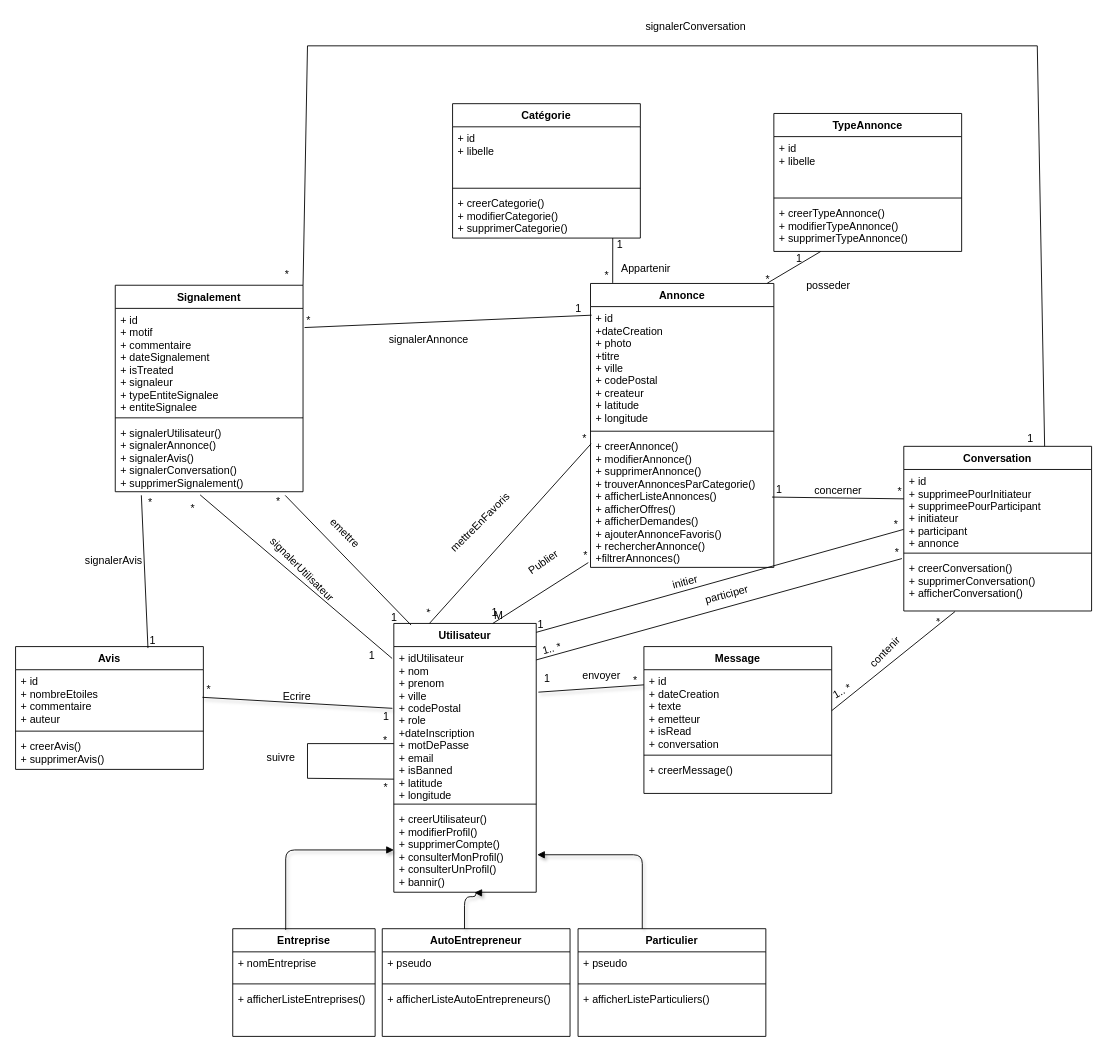
Above: class_diagram.dio in mayados/do4u (draw.io), before the change. Source tidied: cells renumbered, new cells numbered last; positions are measured from the earlier drawing's top-left corner, leaving out a move shared by most shapes. Both pictures are drawn from the tidied source at 89%, with x=0, y=0 at pixel (15, 15).
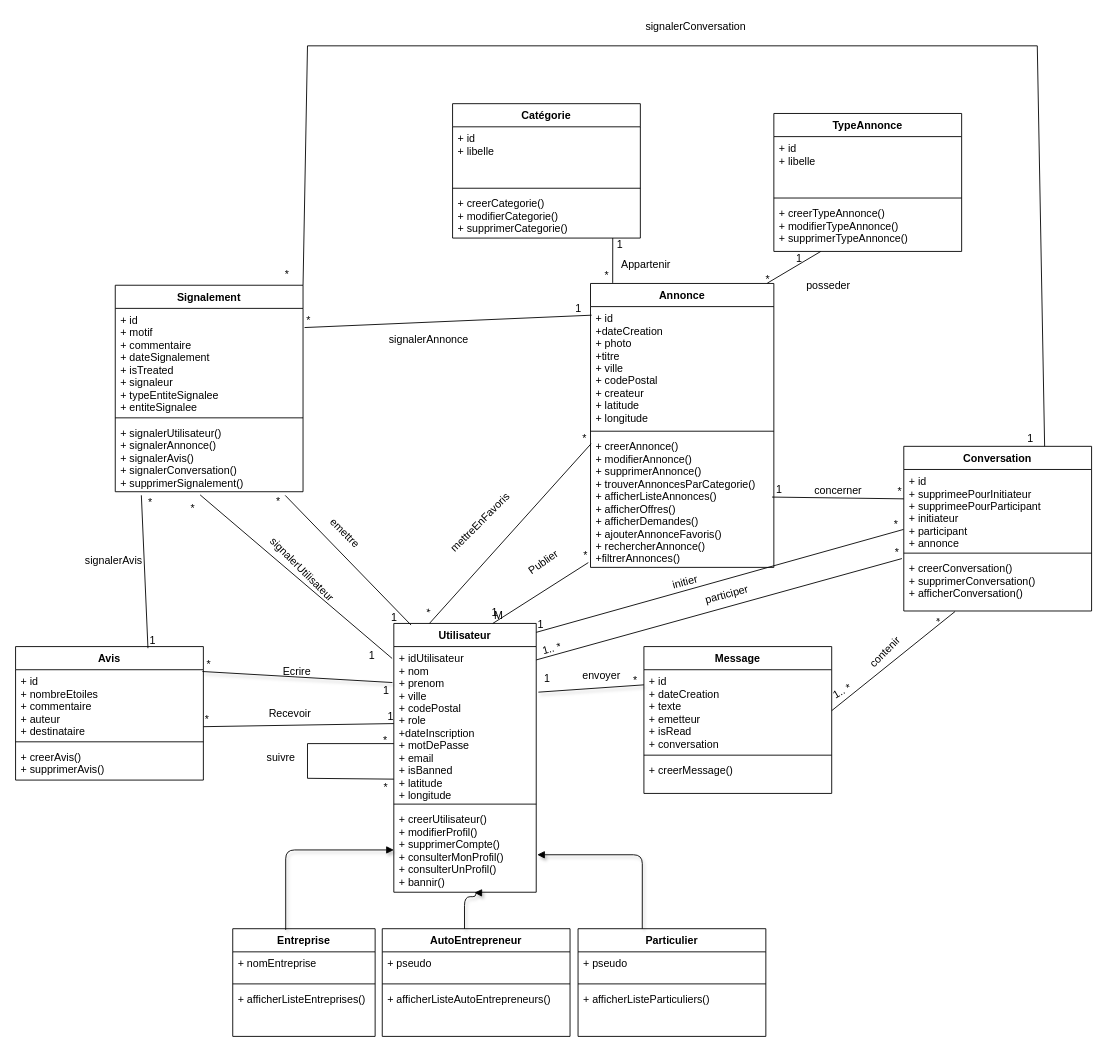
The same page after the edit.

Commit message:
update class diagramm with relation recevoir

Unchanged cells that the change refers to:
```xml
<mxCell id="3" value="+ idUtilisateur&#10;+ nom&#10;+ prenom&#10;+ ville&#10;+ codePostal&#10;+ role&#10;+dateInscription&#10;+ motDePasse&#10;+ email&#10;+ isBanned&#10;+ latitude&#10;+ longitude" style="text;strokeColor=none;fillColor=none;align=left;verticalAlign=top;spacingLeft=4;spacingRight=4;overflow=hidden;points=[[0,0.5],[1,0.5]];portConstraint=eastwest;fontColor=#000000;" parent="2" vertex="1">
  <mxGeometry y="26" width="160" height="173" as="geometry" />
</mxCell>
```

Change to the diagram source:
```diff
@@
     <mxCell id="22" value="Avis" style="swimlane;fontStyle=1;align=center;verticalAlign=top;horizontal=1;startSize=26;strokeColor=#000000;" parent="1" vertex="1">
-      <mxGeometry y="709" width="211" height="138" as="geometry" />
+      <mxGeometry y="709" width="211" height="150" as="geometry" />
     </mxCell>
-    <mxCell id="23" value="+ id&#10;+ nombreEtoiles&#10;+ commentaire&#10;+ auteur" style="text;strokeColor=none;fillColor=none;align=left;verticalAlign=top;spacingLeft=4;spacingRight=4;overflow=hidden;fontColor=#000000;" parent="22" vertex="1">
-      <mxGeometry y="26" width="211" height="65" as="geometry" />
+    <mxCell id="23" value="+ id&#10;+ nombreEtoiles&#10;+ commentaire&#10;+ auteur&#10;+ destinataire" style="text;strokeColor=none;fillColor=none;align=left;verticalAlign=top;spacingLeft=4;spacingRight=4;overflow=hidden;fontColor=#000000;" parent="22" vertex="1">
+      <mxGeometry y="26" width="211" height="77" as="geometry" />
     </mxCell>
     <mxCell id="24" style="line;strokeWidth=1;fillColor=none;align=left;verticalAlign=middle;spacingTop=-1;spacingLeft=3;spacingRight=3;labelPosition=right;strokeColor=inherit;" parent="22" vertex="1">
-      <mxGeometry y="91" width="211" height="8" as="geometry" />
+      <mxGeometry y="103" width="211" height="8" as="geometry" />
     </mxCell>
     <mxCell id="25" value="+ creerAvis()&#10;+ supprimerAvis()" style="text;strokeColor=none;fillColor=none;align=left;verticalAlign=top;spacingLeft=4;spacingRight=4;overflow=hidden;fontColor=#000000;" parent="22" vertex="1">
-      <mxGeometry y="99" width="211" height="39" as="geometry" />
+      <mxGeometry y="111" width="211" height="39" as="geometry" />
     </mxCell>
@@
-    <mxCell id="49" style="endArrow=none;html=1;rounded=0;align=center;verticalAlign=top;endFill=0;labelBackgroundColor=none;shadow=1;sketch=0;strokeColor=#000000;entryX=-0.01;entryY=0.401;entryDx=0;entryDy=0;entryPerimeter=0;" parent="1" edge="1" target="3">
+    <mxCell id="49" style="endArrow=none;html=1;rounded=0;align=center;verticalAlign=top;endFill=0;labelBackgroundColor=none;shadow=1;sketch=0;strokeColor=#000000;entryX=-0.01;entryY=0.401;entryDx=0;entryDy=0;entryPerimeter=0;" parent="1" edge="1">
       <mxGeometry relative="1" as="geometry">
-        <mxPoint x="210" y="766" as="sourcePoint" />
+        <mxPoint x="210" y="737" as="sourcePoint" />
+        <mxPoint x="423.4" y="749.4" as="targetPoint" />
       </mxGeometry>
     </mxCell>
@@
     <mxCell id="71" value="Appartenir" style="text;html=1;align=center;verticalAlign=middle;strokeColor=none;fillColor=none;fontColor=#000000;" parent="1" vertex="1">
-      <mxGeometry x="671" y="272" width="73" height="26" as="geometry" />
+      <mxGeometry x="671" y="267" width="73" height="26" as="geometry" />
     </mxCell>
@@
+    <mxCell id="116" style="endArrow=none;html=1;rounded=0;strokeColor=#000000;fontColor=#000000;entryX=0;entryY=0.5;entryDx=0;entryDy=0;" parent="1" edge="1" target="3">
+      <mxGeometry relative="1" as="geometry">
+        <mxPoint x="211" y="799" as="sourcePoint" />
+      </mxGeometry>
+    </mxCell>
+    <mxCell id="117" value="*" style="html=1;align=left;verticalAlign=bottom;fontColor=#000000;" parent="116" vertex="1">
+      <mxGeometry x="-1" relative="1" as="geometry" />
+    </mxCell>
+    <mxCell id="118" value="1" style="html=1;align=right;verticalAlign=bottom;fontColor=#000000;" parent="116" vertex="1">
+      <mxGeometry x="1" relative="1" as="geometry" />
+    </mxCell>
+    <mxCell id="119" value="&lt;font color=&quot;#000000&quot;&gt;Recevoir&lt;/font&gt;" style="text;html=1;align=center;verticalAlign=middle;strokeColor=none;fillColor=none;" parent="1" vertex="1">
+      <mxGeometry x="275" y="772" width="65" height="26" as="geometry" />
+    </mxCell>
```
